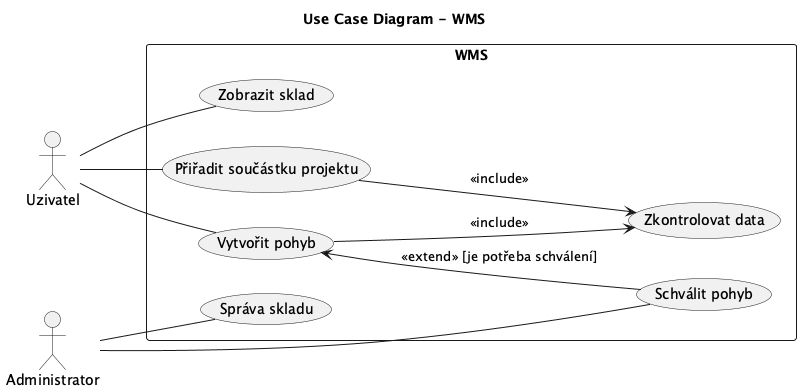
lkvapil/wms-elektronicke-soucastky keeps this PlantUML diagram as docs/images/11_use_case.png. Above is the earlier version.
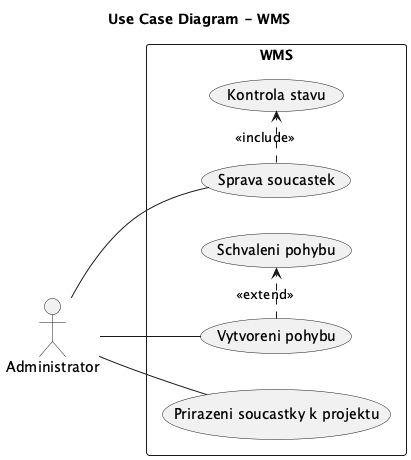
The same file after the commit.

Commit message:
refactor: sjednoceni modelu – Soucastka, Projekt, Pohyb

Change to the diagram source:
```diff
@@ -2,22 +2,16 @@
 left to right direction
 title Use Case Diagram - WMS
 
-actor Uzivatel
 actor Administrator
 
 rectangle WMS {
 
-  Uzivatel -- (Vytvořit pohyb)
-  Uzivatel -- (Zobrazit sklad)
-  Uzivatel -- (Přiřadit součástku projektu)
+  Administrator -- (Sprava soucastek)
+  Administrator -- (Vytvoreni pohybu)
+  Administrator -- (Prirazeni soucastky k projektu)
 
-  (Vytvořit pohyb) --> (Zkontrolovat data) : <<include>>
-  (Přiřadit součástku projektu) --> (Zkontrolovat data) : <<include>>
-
-  (Vytvořit pohyb) <-- (Schválit pohyb) : <<extend>> [je potřeba schválení]
-
-  Administrator -- (Schválit pohyb)
-  Administrator -- (Správa skladu)
+  (Sprava soucastek) .> (Kontrola stavu) : <<include>>
+  (Vytvoreni pohybu) .> (Schvaleni pohybu) : <<extend>>
 
 }
 
```
